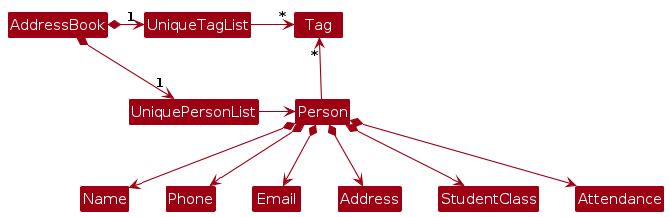
This is diagrams/BetterModelClassDiagram.png from AY2425S1-CS2103-F12-4/tp, a PlantUML export, as it was before one commit. Its source is kept beside it as diagrams/BetterModelClassDiagram.puml.
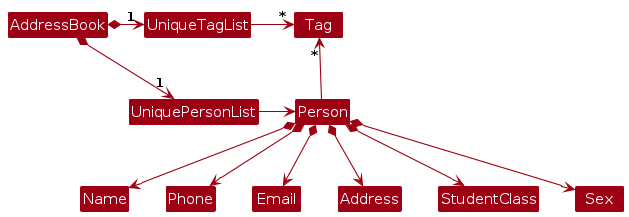
The same file after the commit.

Change to the diagram source:
```diff
@@ -19,5 +19,5 @@
 Person *--> Email
 Person *--> Address
 Person *--> StudentClass
-Person *--> Attendance
+Person *--> Sex
 @enduml
```
